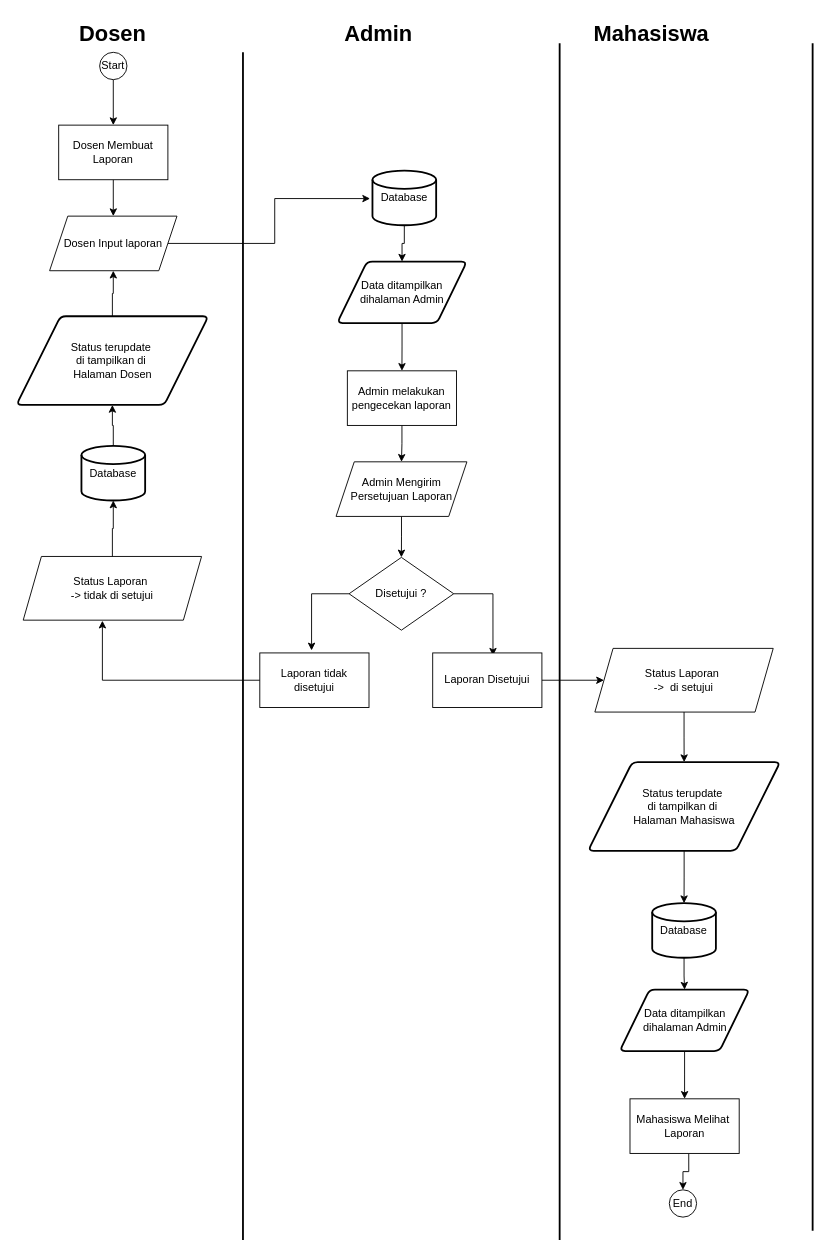
Above: Flowchart.drawio in safrizalrahman46/PBL_KelomPok1_SEMESTER-3 (draw.io), before the change. Source tidied: cells renumbered, new cells numbered last; positions are measured from the earlier drawing's top-left corner, leaving out a move shared by most shapes. Both pictures are drawn from the tidied source at 91%, with x=0, y=0 at pixel (15, 15).
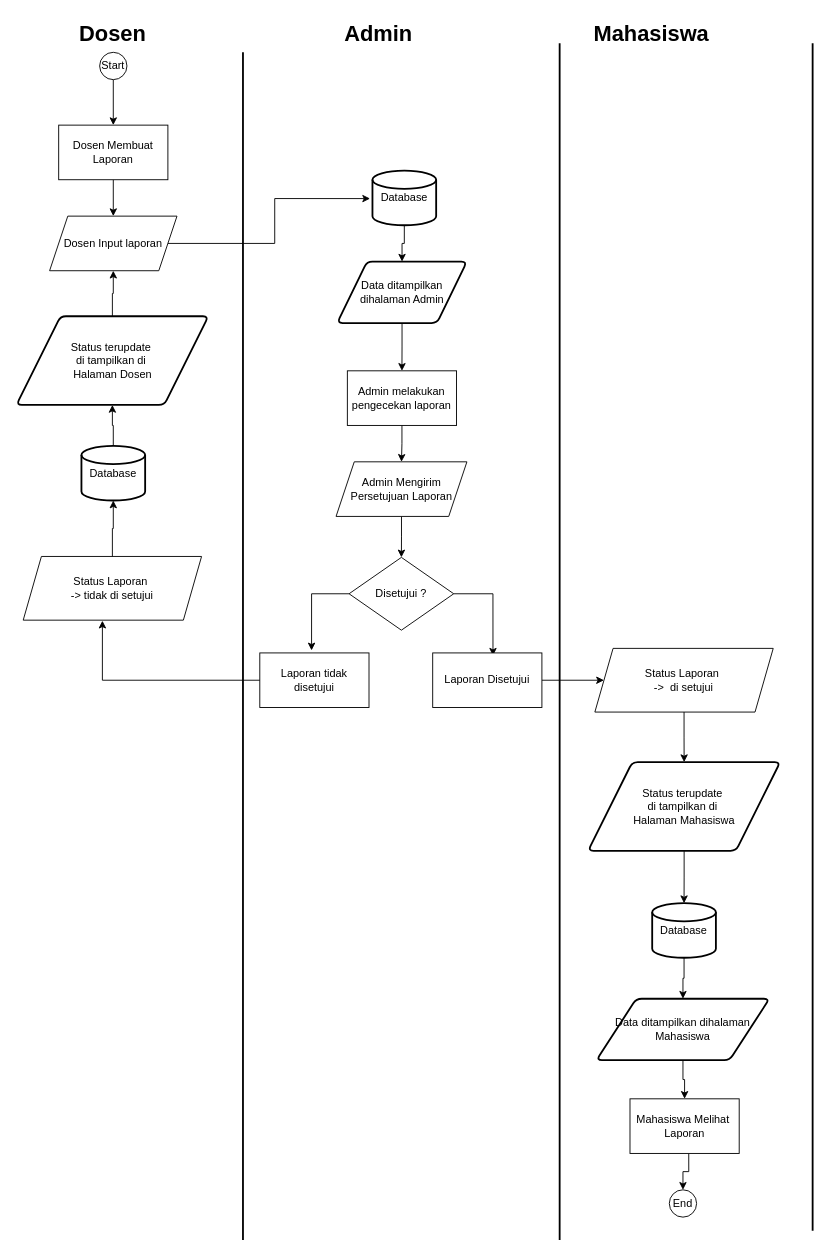
The same page after the edit.

Diff of the diagram source:
```diff
@@
-    <mxCell id="29" value="Data ditampilkan dihalaman Admin" style="shape=parallelogram;html=1;strokeWidth=2;perimeter=parallelogramPerimeter;whiteSpace=wrap;rounded=1;arcSize=12;size=0.23;" parent="1" vertex="1">
-      <mxGeometry x="663.5" y="1070" width="142.5" height="67.5" as="geometry" />
+    <mxCell id="29" value="Data ditampilkan dihalaman Mahasiswa" style="shape=parallelogram;html=1;strokeWidth=2;perimeter=parallelogramPerimeter;whiteSpace=wrap;rounded=1;arcSize=12;size=0.23;" parent="1" vertex="1">
+      <mxGeometry x="638" y="1080" width="190" height="67.5" as="geometry" />
     </mxCell>
```
